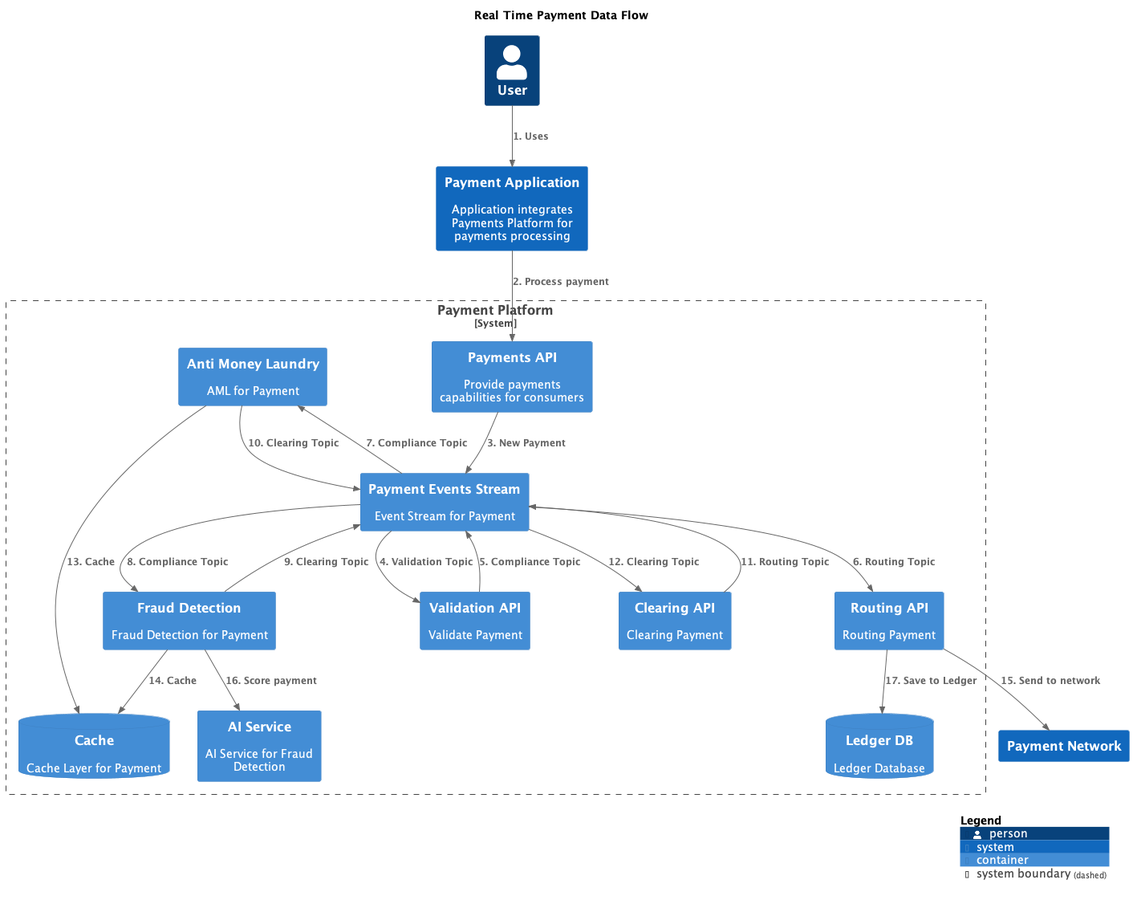
The PlantUML diagram master/png/RealTimePaymentDataFlow.png in mmelnyk-godaddy/architecture-repository, before a commit. Its diagram source:
```plantuml
@startuml
set separator none
title Real Time Payment Data Flow

top to bottom direction

!include <C4/C4>
!include <C4/C4_Context>
!include <C4/C4_Container>

System_Boundary("PaymentPlatform_boundary", "Payment Platform", $tags="") {
  ContainerDb(PaymentPlatform.Cache, "Cache", $techn="", $descr="Cache Layer for Payment", $tags="", $link="")
  Container(PaymentPlatform.RoutingAPI, "Routing API", $techn="", $descr="Routing Payment", $tags="", $link="")
  Container(PaymentPlatform.AntiMoneyLaundry, "Anti Money Laundry", $techn="", $descr="AML for Payment", $tags="", $link="")
  Container(PaymentPlatform.FraudDetection, "Fraud Detection", $techn="", $descr="Fraud Detection for Payment", $tags="", $link="")
  Container(PaymentPlatform.AIService, "AI Service", $techn="", $descr="AI Service for Fraud Detection", $tags="", $link="")
  ContainerDb(PaymentPlatform.LedgerDB, "Ledger DB", $techn="", $descr="Ledger Database", $tags="", $link="")
  Container(PaymentPlatform.PaymentsAPI, "Payments API", $techn="", $descr="Provide payments capabilities for consumers", $tags="", $link="")
  Container(PaymentPlatform.ValidationAPI, "Validation API", $techn="", $descr="Validate Payment", $tags="", $link="")
  Container(PaymentPlatform.ClearingAPI, "Clearing API", $techn="", $descr="Clearing Payment", $tags="", $link="")
  Container(PaymentPlatform.PaymentEventsStream, "Payment Events Stream", $techn="", $descr="Event Stream for Payment", $tags="", $link="")
}

Person(User, "User", $descr="", $tags="", $link="")
System(PaymentApplication, "Payment Application", $descr="Application integrates Payments Platform for payments processing", $tags="", $link="")
System(PaymentNetwork, "Payment Network", $descr="", $tags="", $link="")

Rel(User, PaymentApplication, "1. Uses", $techn="", $tags="", $link="")
Rel(PaymentApplication, PaymentPlatform.PaymentsAPI, "2. Process payment", $techn="", $tags="", $link="")
Rel(PaymentPlatform.PaymentsAPI, PaymentPlatform.PaymentEventsStream, "3. New Payment", $techn="", $tags="", $link="")
Rel(PaymentPlatform.PaymentEventsStream, PaymentPlatform.ValidationAPI, "4. Validation Topic", $techn="", $tags="", $link="")
Rel(PaymentPlatform.ValidationAPI, PaymentPlatform.PaymentEventsStream, "5. Compliance Topic", $techn="", $tags="", $link="")
Rel(PaymentPlatform.PaymentEventsStream, PaymentPlatform.RoutingAPI, "6. Routing Topic", $techn="", $tags="", $link="")
Rel(PaymentPlatform.PaymentEventsStream, PaymentPlatform.AntiMoneyLaundry, "7. Compliance Topic", $techn="", $tags="", $link="")
Rel(PaymentPlatform.PaymentEventsStream, PaymentPlatform.FraudDetection, "8. Compliance Topic", $techn="", $tags="", $link="")
Rel(PaymentPlatform.FraudDetection, PaymentPlatform.PaymentEventsStream, "9. Clearing Topic", $techn="", $tags="", $link="")
Rel(PaymentPlatform.AntiMoneyLaundry, PaymentPlatform.PaymentEventsStream, "10. Clearing Topic", $techn="", $tags="", $link="")
Rel(PaymentPlatform.ClearingAPI, PaymentPlatform.PaymentEventsStream, "11. Routing Topic", $techn="", $tags="", $link="")
Rel(PaymentPlatform.PaymentEventsStream, PaymentPlatform.ClearingAPI, "12. Clearing Topic", $techn="", $tags="", $link="")
Rel(PaymentPlatform.AntiMoneyLaundry, PaymentPlatform.Cache, "13. Cache", $techn="", $tags="", $link="")
Rel(PaymentPlatform.FraudDetection, PaymentPlatform.Cache, "14. Cache", $techn="", $tags="", $link="")
Rel(PaymentPlatform.RoutingAPI, PaymentNetwork, "15. Send to network", $techn="", $tags="", $link="")
Rel(PaymentPlatform.FraudDetection, PaymentPlatform.AIService, "16. Score payment", $techn="", $tags="", $link="")
Rel(PaymentPlatform.RoutingAPI, PaymentPlatform.LedgerDB, "17. Save to Ledger", $techn="", $tags="", $link="")

SHOW_LEGEND(true)
@enduml
```
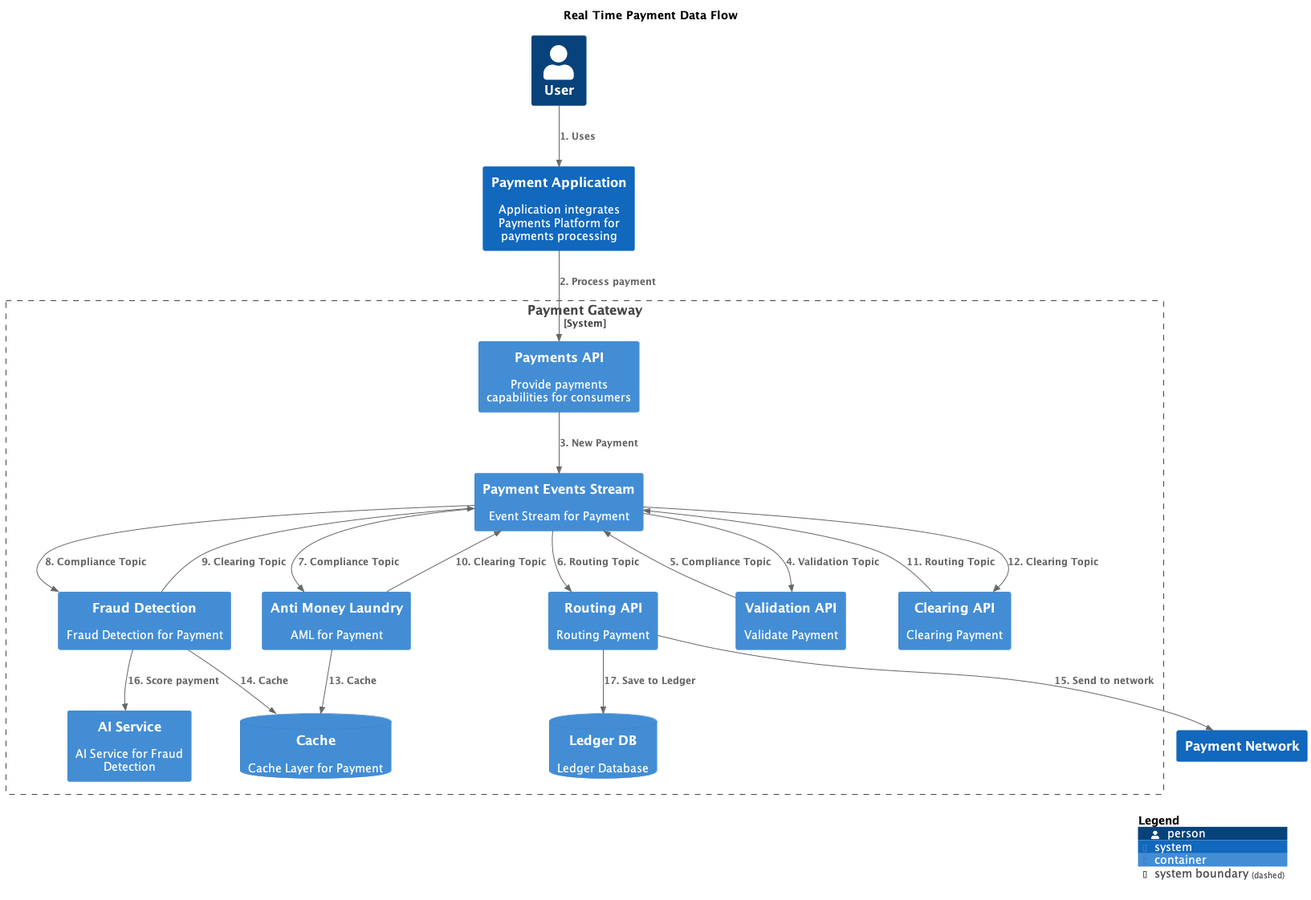
After the commit.

Change to the diagram source:
```diff
@@ -8,17 +8,17 @@
 !include <C4/C4_Context>
 !include <C4/C4_Container>
 
-System_Boundary("PaymentPlatform_boundary", "Payment Platform", $tags="") {
-  ContainerDb(PaymentPlatform.Cache, "Cache", $techn="", $descr="Cache Layer for Payment", $tags="", $link="")
-  Container(PaymentPlatform.RoutingAPI, "Routing API", $techn="", $descr="Routing Payment", $tags="", $link="")
-  Container(PaymentPlatform.AntiMoneyLaundry, "Anti Money Laundry", $techn="", $descr="AML for Payment", $tags="", $link="")
-  Container(PaymentPlatform.FraudDetection, "Fraud Detection", $techn="", $descr="Fraud Detection for Payment", $tags="", $link="")
-  Container(PaymentPlatform.AIService, "AI Service", $techn="", $descr="AI Service for Fraud Detection", $tags="", $link="")
-  ContainerDb(PaymentPlatform.LedgerDB, "Ledger DB", $techn="", $descr="Ledger Database", $tags="", $link="")
-  Container(PaymentPlatform.PaymentsAPI, "Payments API", $techn="", $descr="Provide payments capabilities for consumers", $tags="", $link="")
-  Container(PaymentPlatform.ValidationAPI, "Validation API", $techn="", $descr="Validate Payment", $tags="", $link="")
-  Container(PaymentPlatform.ClearingAPI, "Clearing API", $techn="", $descr="Clearing Payment", $tags="", $link="")
-  Container(PaymentPlatform.PaymentEventsStream, "Payment Events Stream", $techn="", $descr="Event Stream for Payment", $tags="", $link="")
+System_Boundary("PaymentGateway_boundary", "Payment Gateway", $tags="") {
+  Container(PaymentGateway.PaymentEventsStream, "Payment Events Stream", $techn="", $descr="Event Stream for Payment", $tags="", $link="")
+  ContainerDb(PaymentGateway.Cache, "Cache", $techn="", $descr="Cache Layer for Payment", $tags="", $link="")
+  Container(PaymentGateway.RoutingAPI, "Routing API", $techn="", $descr="Routing Payment", $tags="", $link="")
+  Container(PaymentGateway.AntiMoneyLaundry, "Anti Money Laundry", $techn="", $descr="AML for Payment", $tags="", $link="")
+  Container(PaymentGateway.FraudDetection, "Fraud Detection", $techn="", $descr="Fraud Detection for Payment", $tags="", $link="")
+  Container(PaymentGateway.AIService, "AI Service", $techn="", $descr="AI Service for Fraud Detection", $tags="", $link="")
+  ContainerDb(PaymentGateway.LedgerDB, "Ledger DB", $techn="", $descr="Ledger Database", $tags="", $link="")
+  Container(PaymentGateway.PaymentsAPI, "Payments API", $techn="", $descr="Provide payments capabilities for consumers", $tags="", $link="")
+  Container(PaymentGateway.ValidationAPI, "Validation API", $techn="", $descr="Validate Payment", $tags="", $link="")
+  Container(PaymentGateway.ClearingAPI, "Clearing API", $techn="", $descr="Clearing Payment", $tags="", $link="")
 }
 
 Person(User, "User", $descr="", $tags="", $link="")
@@ -26,22 +26,22 @@
 System(PaymentNetwork, "Payment Network", $descr="", $tags="", $link="")
 
 Rel(User, PaymentApplication, "1. Uses", $techn="", $tags="", $link="")
-Rel(PaymentApplication, PaymentPlatform.PaymentsAPI, "2. Process payment", $techn="", $tags="", $link="")
-Rel(PaymentPlatform.PaymentsAPI, PaymentPlatform.PaymentEventsStream, "3. New Payment", $techn="", $tags="", $link="")
-Rel(PaymentPlatform.PaymentEventsStream, PaymentPlatform.ValidationAPI, "4. Validation Topic", $techn="", $tags="", $link="")
-Rel(PaymentPlatform.ValidationAPI, PaymentPlatform.PaymentEventsStream, "5. Compliance Topic", $techn="", $tags="", $link="")
-Rel(PaymentPlatform.PaymentEventsStream, PaymentPlatform.RoutingAPI, "6. Routing Topic", $techn="", $tags="", $link="")
-Rel(PaymentPlatform.PaymentEventsStream, PaymentPlatform.AntiMoneyLaundry, "7. Compliance Topic", $techn="", $tags="", $link="")
-Rel(PaymentPlatform.PaymentEventsStream, PaymentPlatform.FraudDetection, "8. Compliance Topic", $techn="", $tags="", $link="")
-Rel(PaymentPlatform.FraudDetection, PaymentPlatform.PaymentEventsStream, "9. Clearing Topic", $techn="", $tags="", $link="")
-Rel(PaymentPlatform.AntiMoneyLaundry, PaymentPlatform.PaymentEventsStream, "10. Clearing Topic", $techn="", $tags="", $link="")
-Rel(PaymentPlatform.ClearingAPI, PaymentPlatform.PaymentEventsStream, "11. Routing Topic", $techn="", $tags="", $link="")
-Rel(PaymentPlatform.PaymentEventsStream, PaymentPlatform.ClearingAPI, "12. Clearing Topic", $techn="", $tags="", $link="")
-Rel(PaymentPlatform.AntiMoneyLaundry, PaymentPlatform.Cache, "13. Cache", $techn="", $tags="", $link="")
-Rel(PaymentPlatform.FraudDetection, PaymentPlatform.Cache, "14. Cache", $techn="", $tags="", $link="")
-Rel(PaymentPlatform.RoutingAPI, PaymentNetwork, "15. Send to network", $techn="", $tags="", $link="")
-Rel(PaymentPlatform.FraudDetection, PaymentPlatform.AIService, "16. Score payment", $techn="", $tags="", $link="")
-Rel(PaymentPlatform.RoutingAPI, PaymentPlatform.LedgerDB, "17. Save to Ledger", $techn="", $tags="", $link="")
+Rel(PaymentApplication, PaymentGateway.PaymentsAPI, "2. Process payment", $techn="", $tags="", $link="")
+Rel(PaymentGateway.PaymentsAPI, PaymentGateway.PaymentEventsStream, "3. New Payment", $techn="", $tags="", $link="")
+Rel(PaymentGateway.PaymentEventsStream, PaymentGateway.ValidationAPI, "4. Validation Topic", $techn="", $tags="", $link="")
+Rel(PaymentGateway.ValidationAPI, PaymentGateway.PaymentEventsStream, "5. Compliance Topic", $techn="", $tags="", $link="")
+Rel(PaymentGateway.PaymentEventsStream, PaymentGateway.RoutingAPI, "6. Routing Topic", $techn="", $tags="", $link="")
+Rel(PaymentGateway.PaymentEventsStream, PaymentGateway.AntiMoneyLaundry, "7. Compliance Topic", $techn="", $tags="", $link="")
+Rel(PaymentGateway.PaymentEventsStream, PaymentGateway.FraudDetection, "8. Compliance Topic", $techn="", $tags="", $link="")
+Rel(PaymentGateway.FraudDetection, PaymentGateway.PaymentEventsStream, "9. Clearing Topic", $techn="", $tags="", $link="")
+Rel(PaymentGateway.AntiMoneyLaundry, PaymentGateway.PaymentEventsStream, "10. Clearing Topic", $techn="", $tags="", $link="")
+Rel(PaymentGateway.ClearingAPI, PaymentGateway.PaymentEventsStream, "11. Routing Topic", $techn="", $tags="", $link="")
+Rel(PaymentGateway.PaymentEventsStream, PaymentGateway.ClearingAPI, "12. Clearing Topic", $techn="", $tags="", $link="")
+Rel(PaymentGateway.AntiMoneyLaundry, PaymentGateway.Cache, "13. Cache", $techn="", $tags="", $link="")
+Rel(PaymentGateway.FraudDetection, PaymentGateway.Cache, "14. Cache", $techn="", $tags="", $link="")
+Rel(PaymentGateway.RoutingAPI, PaymentNetwork, "15. Send to network", $techn="", $tags="", $link="")
+Rel(PaymentGateway.FraudDetection, PaymentGateway.AIService, "16. Score payment", $techn="", $tags="", $link="")
+Rel(PaymentGateway.RoutingAPI, PaymentGateway.LedgerDB, "17. Save to Ledger", $techn="", $tags="", $link="")
 
 SHOW_LEGEND(true)
 @enduml
```
